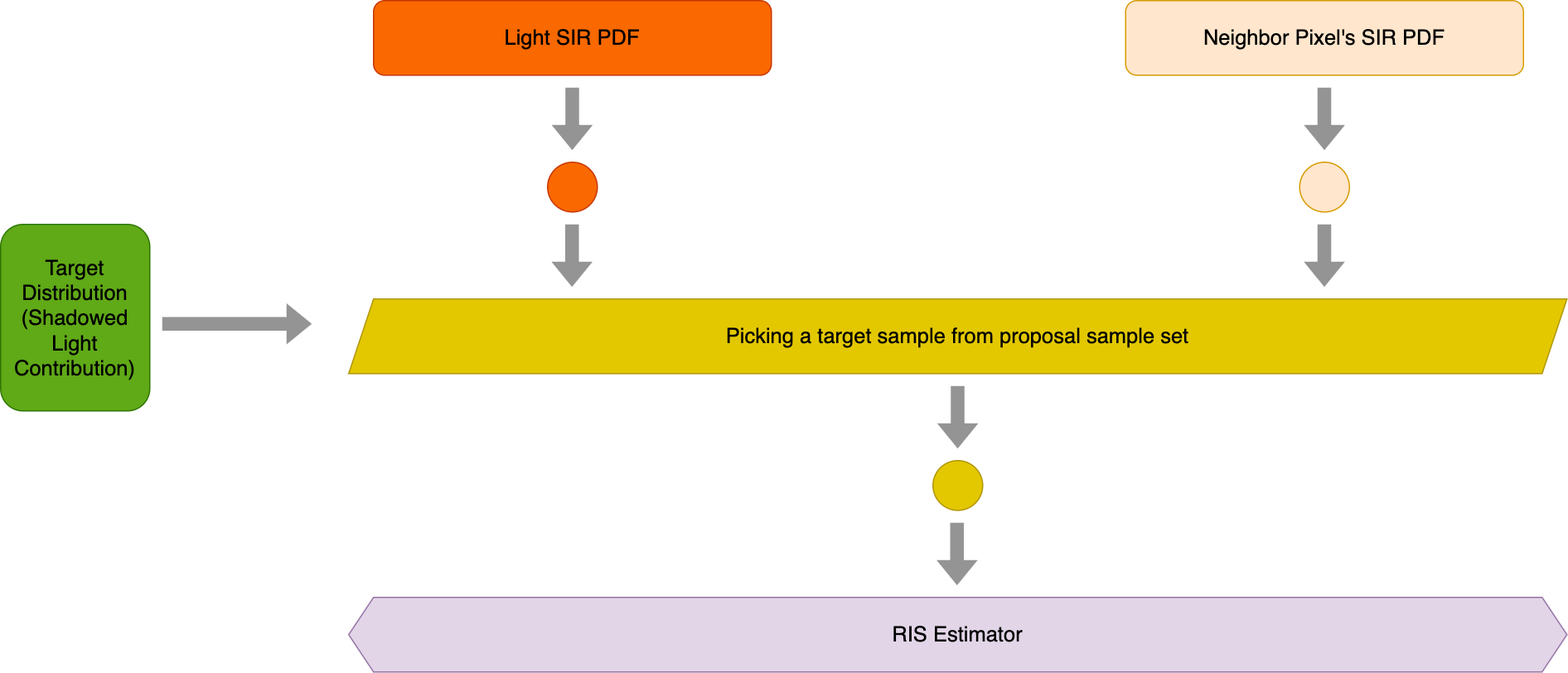
The draw.io diagram img/posts/understanding_the_math_behind_restir_di/ReStir_7.png in JiayinCao/AGraphicsGuyNotes, before a commit. Source tidied: cells renumbered, new cells last; positions are measured from the earlier drawing's top-left corner, leaving out a move shared by most shapes.
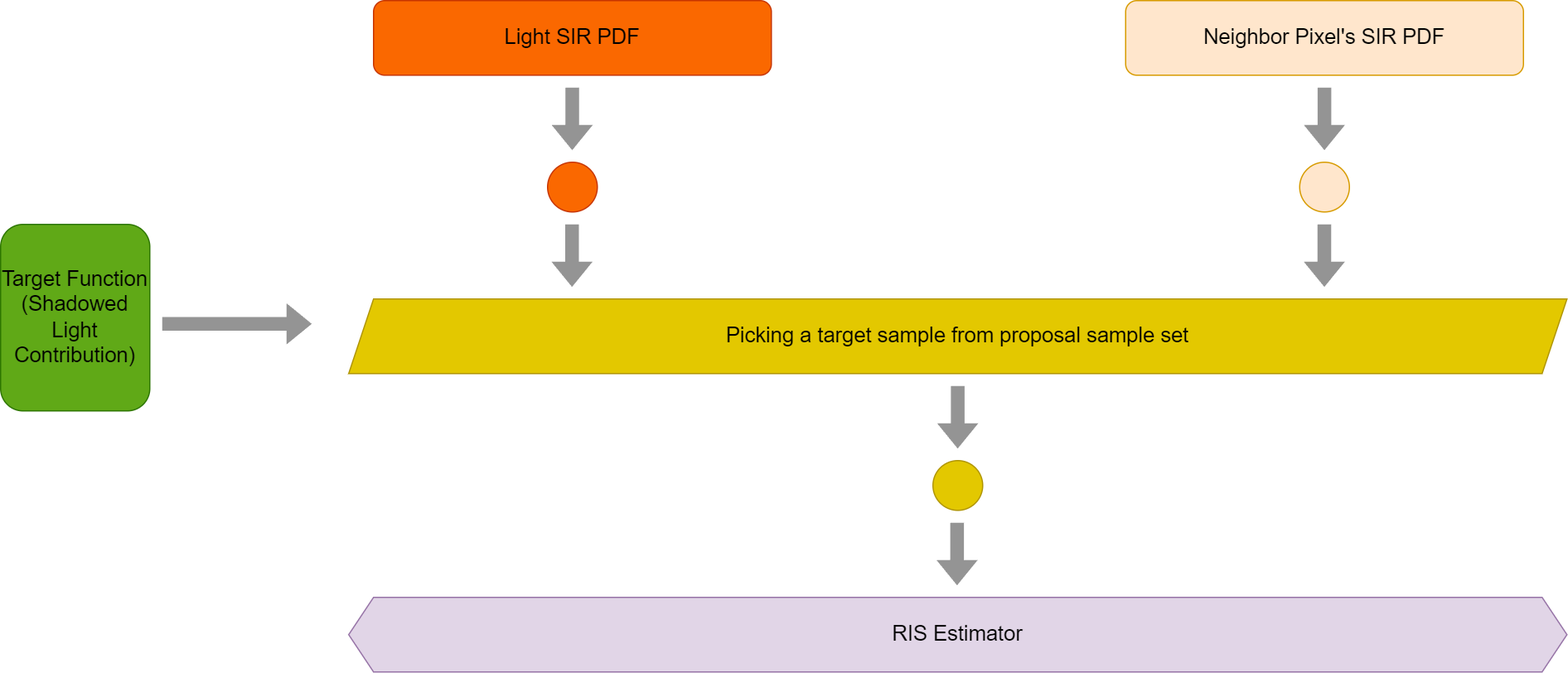
Later version of the same file.

Diff of the diagram source:
```diff
@@ -14,7 +14,7 @@
         <mxPoint x="459.8" y="120" as="targetPoint" />
       </mxGeometry>
     </mxCell>
-    <mxCell id="5" value="&lt;font style=&quot;font-size: 17px;&quot; color=&quot;#000000&quot;&gt;Target Distribution&lt;br&gt;(Shadowed Light Contribution)&lt;br&gt;&lt;/font&gt;" style="rounded=1;whiteSpace=wrap;html=1;fillColor=#60a917;strokeColor=#2D7600;fontColor=#ffffff;" parent="1" vertex="1">
+    <mxCell id="5" value="&lt;font style=&quot;font-size: 17px;&quot; color=&quot;#000000&quot;&gt;Target Function (Shadowed Light Contribution)&lt;br&gt;&lt;/font&gt;" style="rounded=1;whiteSpace=wrap;html=1;fillColor=#60a917;strokeColor=#2D7600;fontColor=#ffffff;" parent="1" vertex="1">
       <mxGeometry y="180" width="120" height="150" as="geometry" />
     </mxCell>
     <mxCell id="6" style="shape=flexArrow;endArrow=classic;html=1;rounded=0;strokeColor=#949494;fillColor=#949494;" parent="1" edge="1">
```
